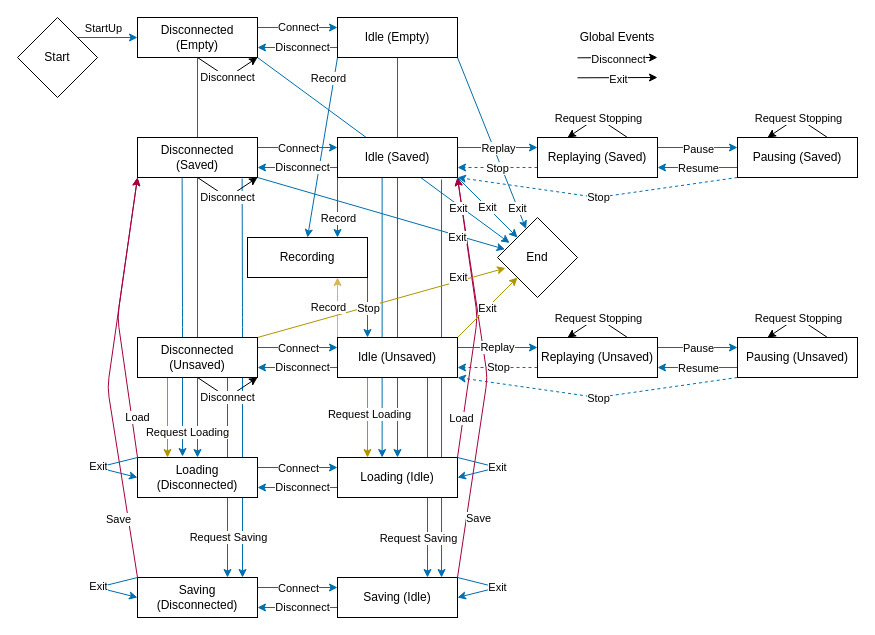
This is Design/States.drawio from nguyenquyhy/Flight-Recorder, a draw.io file, before an edit. Source tidied: cells renumbered, new cells numbered last; positions are measured from the earlier drawing's top-left corner, leaving out a move shared by most shapes. Both pictures are drawn from the tidied source at 100%, with x=0, y=0 at pixel (17, 17).
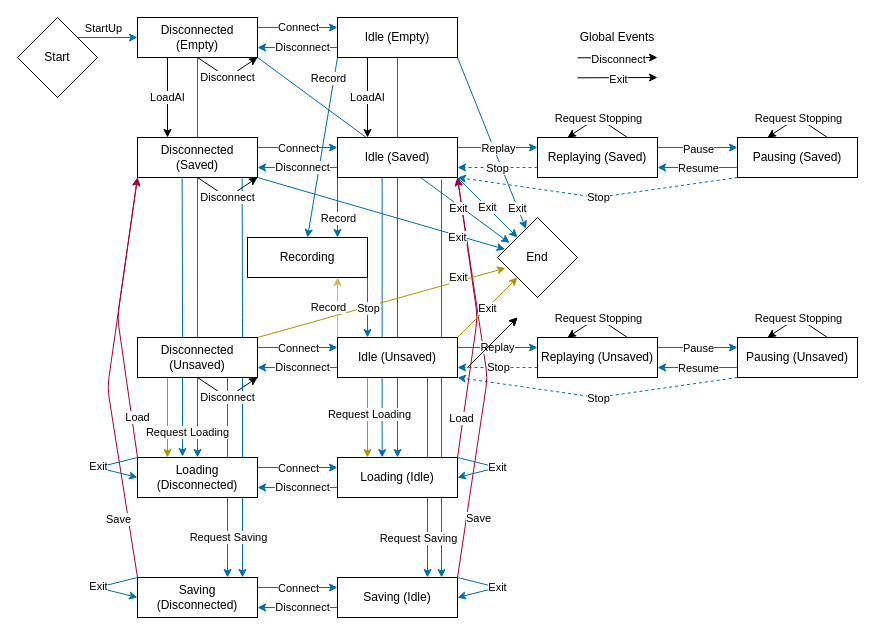
The same diagram, later.

The change refers to these unchanged cells:
```xml
<mxCell id="82" value="Disconnected (Saved)" style="rounded=0;whiteSpace=wrap;html=1;" parent="1" vertex="1">
  <mxGeometry x="120" y="120" width="120" height="40" as="geometry" />
</mxCell>
<mxCell id="83" value="Idle (Saved)" style="rounded=0;whiteSpace=wrap;html=1;fontStyle=0;" parent="1" vertex="1">
  <mxGeometry x="320" y="120" width="120" height="40" as="geometry" />
</mxCell>
<mxCell id="85" value="Idle (Empty)" style="rounded=0;whiteSpace=wrap;html=1;fontStyle=0;" parent="1" vertex="1">
  <mxGeometry x="320" width="120" height="40" as="geometry" />
</mxCell>
<mxCell id="86" value="Disconnected (Empty)" style="rounded=0;whiteSpace=wrap;html=1;" parent="1" vertex="1">
  <mxGeometry x="120" width="120" height="40" as="geometry" />
</mxCell>
```

What changed in the source:
```diff
@@
+    <mxCell id="131" value="LoadAI" style="edgeStyle=orthogonalEdgeStyle;rounded=0;jettySize=auto;html=1;exitX=0.25;exitY=1;exitDx=0;exitDy=0;entryX=0.25;entryY=0;entryDx=0;entryDy=0;" parent="1" edge="1" source="85" target="83">
+      <mxGeometry relative="1" as="geometry" />
+    </mxCell>
@@
+    <mxCell id="132" value="LoadAI" style="edgeStyle=orthogonalEdgeStyle;rounded=0;jettySize=auto;html=1;exitX=0.25;exitY=1;exitDx=0;exitDy=0;entryX=0.25;entryY=0;entryDx=0;entryDy=0;" parent="1" edge="1" source="86" target="82">
+      <mxGeometry relative="1" as="geometry" />
+    </mxCell>
@@
+    <mxCell id="133" style="endArrow=classic;html=1;" parent="1" edge="1">
+      <mxGeometry relative="1" as="geometry">
+        <mxPoint x="450" y="350" as="sourcePoint" />
+        <mxPoint x="500" y="300" as="targetPoint" />
+      </mxGeometry>
+    </mxCell>
+    <mxCell id="134" style="endArrow=classic;html=1;" parent="1" edge="1">
+      <mxGeometry relative="1" as="geometry">
+        <mxPoint x="450" y="350" as="sourcePoint" />
+        <mxPoint x="500" y="300" as="targetPoint" />
+      </mxGeometry>
+    </mxCell>
```
